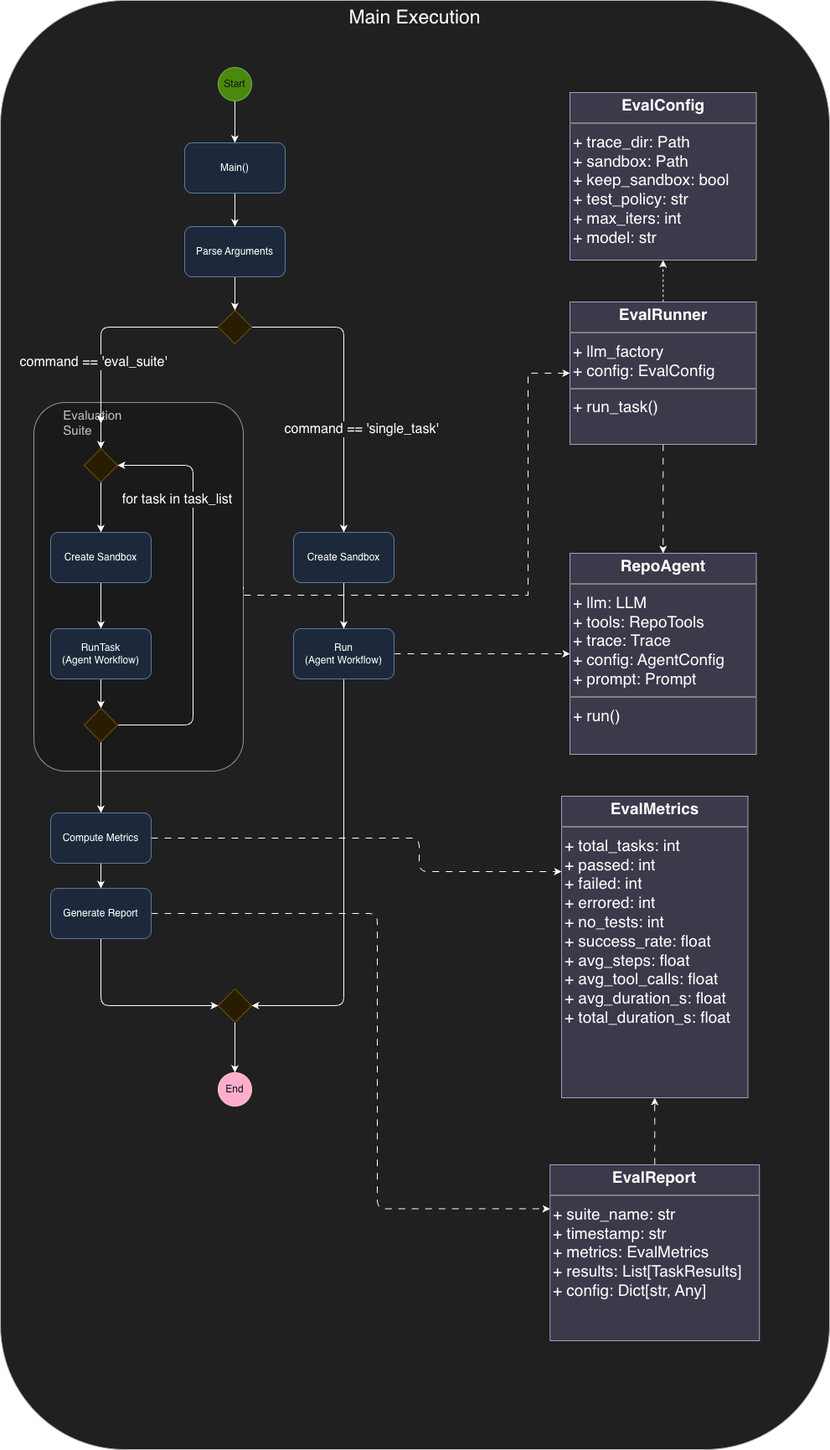
The draw.io diagram blog_post/diagrams/main_execution.png in jbthejedi/llm-repo-agent, before a commit. Source tidied: cells renumbered, new cells last; positions are measured from the earlier drawing's top-left corner, leaving out a move shared by most shapes.
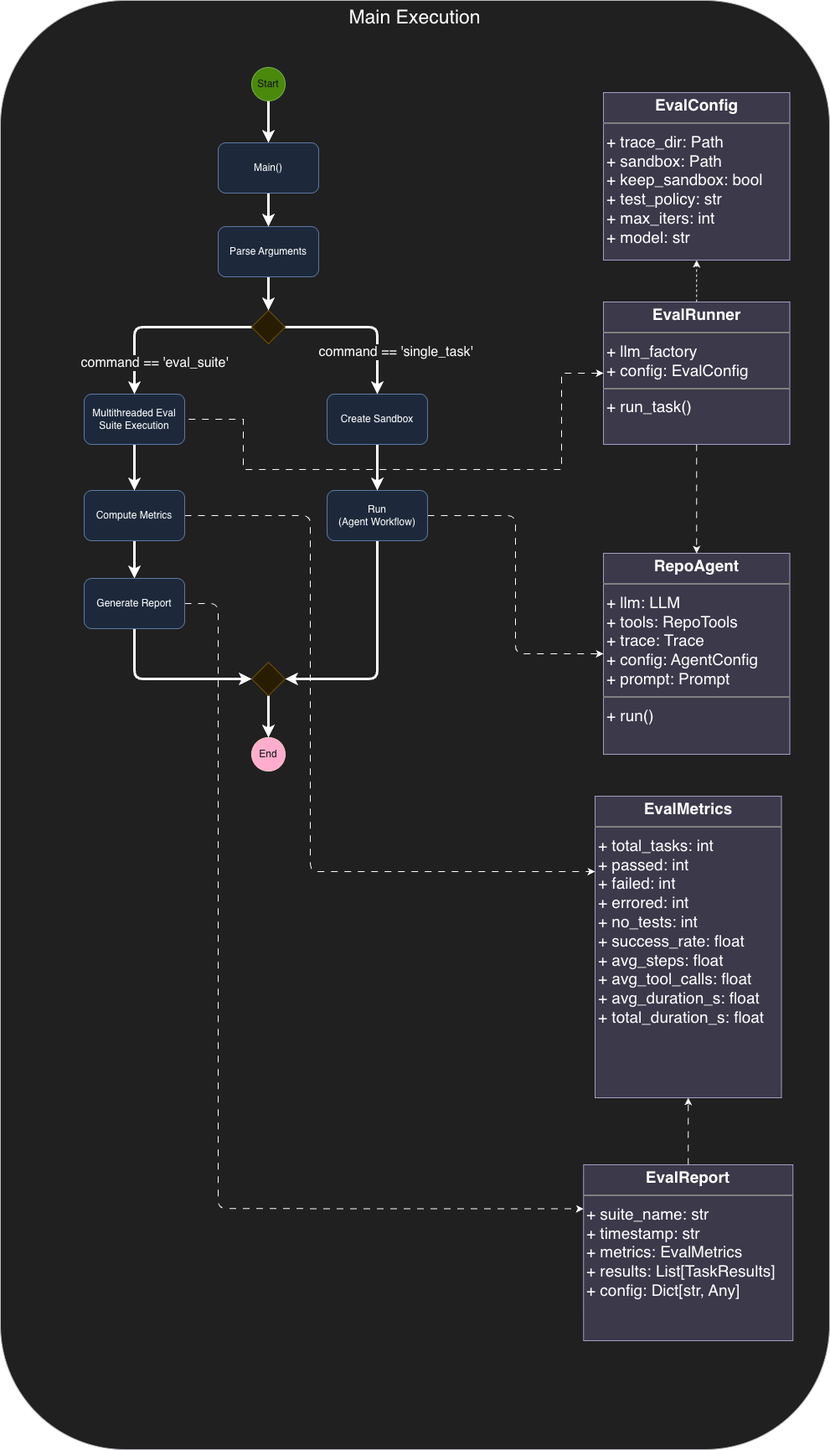
The same file after the commit.

Change to the diagram source:
```diff
@@ -3,33 +3,24 @@
     <mxCell id="0" />
     <mxCell id="1" parent="0" />
     <mxCell id="2" value="Main Execution" style="rounded=1;whiteSpace=wrap;html=1;fillColor=#eeeeee;strokeColor=#36393d;verticalAlign=top;fontSize=23;" parent="1" vertex="1">
-      <mxGeometry width="990" height="1730" as="geometry" />
+      <mxGeometry x="-40" width="990" height="1730" as="geometry" />
     </mxCell>
-    <mxCell id="3" value="&lt;span style=&quot;white-space: pre;&quot;&gt;&#9;&lt;/span&gt;Evaluation&lt;div&gt;&lt;span style=&quot;white-space: pre;&quot;&gt;&#9;&lt;/span&gt;Suite&lt;/div&gt;" style="rounded=1;whiteSpace=wrap;html=1;verticalAlign=top;align=left;fontSize=15;fillColor=#f5f5f5;fontColor=#333333;strokeColor=#666666;" parent="1" vertex="1">
-      <mxGeometry x="40" y="480" width="250" height="440" as="geometry" />
-    </mxCell>
-    <mxCell id="4" style="edgeStyle=none;html=1;exitX=0.5;exitY=1;exitDx=0;exitDy=0;entryX=0.5;entryY=0;entryDx=0;entryDy=0;" parent="1" edge="1" source="5" target="24">
-      <mxGeometry relative="1" as="geometry" />
-    </mxCell>
-    <mxCell id="5" value="RunTask&lt;br&gt;(Agent Workflow)" style="rounded=1;whiteSpace=wrap;html=1;fillColor=#dae8fc;strokeColor=#6c8ebf;" parent="1" vertex="1">
-      <mxGeometry x="60" y="750" width="120" height="60" as="geometry" />
-    </mxCell>
-    <mxCell id="6" style="edgeStyle=none;html=1;exitX=0.5;exitY=1;exitDx=0;exitDy=0;entryX=0.5;entryY=0;entryDx=0;entryDy=0;" parent="1" edge="1" source="7" target="38">
+    <mxCell id="6" style="edgeStyle=none;html=1;exitX=0.5;exitY=1;exitDx=0;exitDy=0;entryX=0.5;entryY=0;entryDx=0;entryDy=0;strokeWidth=3;" parent="1" edge="1" source="7" target="38">
       <mxGeometry relative="1" as="geometry" />
     </mxCell>
     <mxCell id="7" value="Start" style="ellipse;whiteSpace=wrap;html=1;fillColor=#60a917;fontColor=#ffffff;strokeColor=#2D7600;" parent="1" vertex="1">
       <mxGeometry x="260" y="80" width="40" height="40" as="geometry" />
     </mxCell>
-    <mxCell id="8" style="edgeStyle=orthogonalEdgeStyle;html=1;exitX=0.5;exitY=1;exitDx=0;exitDy=0;entryX=1;entryY=0.5;entryDx=0;entryDy=0;" parent="1" edge="1" source="10" target="17">
+    <mxCell id="8" style="edgeStyle=orthogonalEdgeStyle;html=1;exitX=0.5;exitY=1;exitDx=0;exitDy=0;entryX=1;entryY=0.5;entryDx=0;entryDy=0;strokeWidth=3;" parent="1" edge="1" source="10" target="17">
       <mxGeometry relative="1" as="geometry" />
     </mxCell>
     <mxCell id="9" style="edgeStyle=orthogonalEdgeStyle;html=1;exitX=1;exitY=0.5;exitDx=0;exitDy=0;entryX=0;entryY=0.5;entryDx=0;entryDy=0;dashed=1;dashPattern=8 8;" parent="1" edge="1" source="10" target="29">
       <mxGeometry relative="1" as="geometry" />
     </mxCell>
     <mxCell id="10" value="Run&lt;br&gt;(Agent Workflow)" style="rounded=1;whiteSpace=wrap;html=1;fillColor=#dae8fc;strokeColor=#6c8ebf;" parent="1" vertex="1">
-      <mxGeometry x="350" y="750" width="120" height="60" as="geometry" />
+      <mxGeometry x="350" y="585" width="120" height="60" as="geometry" />
     </mxCell>
-    <mxCell id="11" style="edgeStyle=orthogonalEdgeStyle;html=1;exitX=1;exitY=0.5;exitDx=0;exitDy=0;entryX=0.5;entryY=0;entryDx=0;entryDy=0;" parent="1" edge="1" source="15" target="31">
+    <mxCell id="11" style="edgeStyle=orthogonalEdgeStyle;html=1;exitX=1;exitY=0.5;exitDx=0;exitDy=0;entryX=0.5;entryY=0;entryDx=0;entryDy=0;strokeWidth=3;" parent="1" edge="1" source="15" target="31">
       <mxGeometry relative="1" as="geometry" />
     </mxCell>
     <mxCell id="12" value="command == 'single_task'" style="edgeLabel;html=1;align=center;verticalAlign=middle;fontSize=16;labelBackgroundColor=light-dark(#FFFFFF,#202020);" parent="11" vertex="1">
@@ -37,8 +28,12 @@
         <mxPoint x="17" y="28" as="offset" />
       </mxGeometry>
     </mxCell>
-    <mxCell id="13" style="edgeStyle=orthogonalEdgeStyle;html=1;exitX=0;exitY=0.5;exitDx=0;exitDy=0;entryX=0.5;entryY=0;entryDx=0;entryDy=0;" parent="1" edge="1" source="15" target="20">
-      <mxGeometry relative="1" as="geometry" />
+    <mxCell id="13" style="edgeStyle=orthogonalEdgeStyle;html=1;exitX=0;exitY=0.5;exitDx=0;exitDy=0;entryX=0.5;entryY=0;entryDx=0;entryDy=0;strokeWidth=3;" parent="1" edge="1" source="15" target="50">
+      <mxGeometry relative="1" as="geometry">
+        <Array as="points">
+          <mxPoint x="120" y="390" />
+        </Array>
+      </mxGeometry>
     </mxCell>
     <mxCell id="14" value="command == 'eval_suite'" style="edgeLabel;html=1;align=center;verticalAlign=middle;fontSize=16;labelBackgroundColor=light-dark(#FFFFFF,#202020);" parent="13" vertex="1">
       <mxGeometry x="-0.02" y="1" relative="1" as="geometry">
@@ -48,45 +43,22 @@
     <mxCell id="15" style="rhombus;whiteSpace=wrap;html=1;fillColor=#fff2cc;strokeColor=#d6b656;" parent="1" vertex="1">
       <mxGeometry x="260" y="370" width="40" height="40" as="geometry" />
     </mxCell>
-    <mxCell id="16" style="edgeStyle=none;html=1;exitX=0.5;exitY=1;exitDx=0;exitDy=0;entryX=0.5;entryY=0;entryDx=0;entryDy=0;" parent="1" edge="1" source="17" target="18">
+    <mxCell id="16" style="edgeStyle=none;html=1;exitX=0.5;exitY=1;exitDx=0;exitDy=0;entryX=0.5;entryY=0;entryDx=0;entryDy=0;strokeWidth=3;" parent="1" edge="1" source="17" target="18">
       <mxGeometry relative="1" as="geometry" />
     </mxCell>
     <mxCell id="17" style="rhombus;whiteSpace=wrap;html=1;fillColor=#fff2cc;strokeColor=#d6b656;" parent="1" vertex="1">
-      <mxGeometry x="260" y="1180" width="40" height="40" as="geometry" />
+      <mxGeometry x="260" y="790" width="40" height="40" as="geometry" />
     </mxCell>
     <mxCell id="18" value="End" style="ellipse;whiteSpace=wrap;html=1;fillColor=#a20025;fontColor=#ffffff;strokeColor=#6F0000;" parent="1" vertex="1">
-      <mxGeometry x="260" y="1280" width="40" height="40" as="geometry" />
+      <mxGeometry x="260" y="880" width="40" height="40" as="geometry" />
     </mxCell>
-    <mxCell id="19" style="edgeStyle=none;html=1;exitX=0.5;exitY=1;exitDx=0;exitDy=0;entryX=0.5;entryY=0;entryDx=0;entryDy=0;" parent="1" edge="1" source="20" target="34">
-      <mxGeometry relative="1" as="geometry" />
-    </mxCell>
-    <mxCell id="20" style="rhombus;whiteSpace=wrap;html=1;fillColor=#fff2cc;strokeColor=#d6b656;" parent="1" vertex="1">
-      <mxGeometry x="100" y="535" width="40" height="40" as="geometry" />
-    </mxCell>
-    <mxCell id="21" style="edgeStyle=orthogonalEdgeStyle;html=1;exitX=1;exitY=0.5;exitDx=0;exitDy=0;entryX=1;entryY=0.5;entryDx=0;entryDy=0;" parent="1" edge="1" source="24" target="20">
-      <mxGeometry relative="1" as="geometry">
-        <Array as="points">
-          <mxPoint x="230" y="865" />
-          <mxPoint x="230" y="555" />
-        </Array>
-      </mxGeometry>
-    </mxCell>
-    <mxCell id="22" value="for task in task_list" style="edgeLabel;html=1;align=center;verticalAlign=middle;fontSize=16;labelBackgroundColor=light-dark(#FFFFFF,#1A1A1A);" parent="21" vertex="1">
-      <mxGeometry x="-0.01" y="-1" relative="1" as="geometry">
-        <mxPoint x="-21" y="-117" as="offset" />
-      </mxGeometry>
-    </mxCell>
-    <mxCell id="23" style="edgeStyle=none;html=1;exitX=0.5;exitY=1;exitDx=0;exitDy=0;entryX=0.5;entryY=0;entryDx=0;entryDy=0;" parent="1" edge="1" source="24" target="41">
-      <mxGeometry relative="1" as="geometry" />
-    </mxCell>
-    <mxCell id="24" style="rhombus;whiteSpace=wrap;html=1;fillColor=#fff2cc;strokeColor=#d6b656;" parent="1" vertex="1">
-      <mxGeometry x="100" y="845" width="40" height="40" as="geometry" />
-    </mxCell>
-    <mxCell id="25" style="edgeStyle=orthogonalEdgeStyle;html=1;exitX=0;exitY=0.5;exitDx=0;exitDy=0;entryX=1;entryY=0.5;entryDx=0;entryDy=0;rounded=0;curved=0;dashed=1;dashPattern=8 8;startArrow=classic;startFill=1;endArrow=none;endFill=0;" parent="1" edge="1" source="28" target="3">
+    <mxCell id="25" style="edgeStyle=orthogonalEdgeStyle;html=1;exitX=0;exitY=0.5;exitDx=0;exitDy=0;entryX=1;entryY=0.5;entryDx=0;entryDy=0;rounded=0;curved=0;dashed=1;dashPattern=8 8;startArrow=classic;startFill=1;endArrow=none;endFill=0;" parent="1" edge="1" source="28" target="50">
       <mxGeometry relative="1" as="geometry">
         <Array as="points">
           <mxPoint x="630" y="445" />
-          <mxPoint x="630" y="710" />
+          <mxPoint x="630" y="560" />
+          <mxPoint x="250" y="560" />
+          <mxPoint x="250" y="500" />
         </Array>
       </mxGeometry>
     </mxCell>
@@ -102,63 +74,51 @@
     <mxCell id="29" value="&lt;p style=&quot;margin:0px;margin-top:4px;text-align:center;&quot;&gt;&lt;b&gt;RepoAgent&lt;/b&gt;&lt;/p&gt;&lt;hr style=&quot;border-style:solid;&quot;&gt;&lt;p style=&quot;margin:0px;margin-left:4px;&quot;&gt;+ llm: LLM&lt;/p&gt;&lt;p style=&quot;margin:0px;margin-left:4px;&quot;&gt;+ tools: RepoTools&lt;/p&gt;&lt;p style=&quot;margin:0px;margin-left:4px;&quot;&gt;+ trace: Trace&lt;/p&gt;&lt;p style=&quot;margin:0px;margin-left:4px;&quot;&gt;+ config: AgentConfig&lt;/p&gt;&lt;p style=&quot;margin:0px;margin-left:4px;&quot;&gt;+ prompt: Prompt&lt;/p&gt;&lt;hr style=&quot;border-style:solid;&quot;&gt;&lt;p style=&quot;margin:0px;margin-left:4px;&quot;&gt;+ run()&lt;/p&gt;" style="verticalAlign=top;align=left;overflow=fill;html=1;whiteSpace=wrap;fontSize=19;fillColor=#d0cee2;strokeColor=#56517e;labelBackgroundColor=none;" parent="1" vertex="1">
       <mxGeometry x="680" y="660" width="222.5" height="240" as="geometry" />
     </mxCell>
-    <mxCell id="30" style="edgeStyle=none;html=1;exitX=0.5;exitY=1;exitDx=0;exitDy=0;entryX=0.5;entryY=0;entryDx=0;entryDy=0;" parent="1" edge="1" source="31" target="10">
+    <mxCell id="30" style="edgeStyle=none;html=1;exitX=0.5;exitY=1;exitDx=0;exitDy=0;entryX=0.5;entryY=0;entryDx=0;entryDy=0;strokeWidth=3;" parent="1" edge="1" source="31" target="10">
       <mxGeometry relative="1" as="geometry" />
     </mxCell>
     <mxCell id="31" value="Create Sandbox" style="rounded=1;whiteSpace=wrap;html=1;fillColor=#dae8fc;strokeColor=#6c8ebf;" parent="1" vertex="1">
-      <mxGeometry x="350" y="635" width="120" height="60" as="geometry" />
+      <mxGeometry x="350" y="470" width="120" height="60" as="geometry" />
     </mxCell>
-    <mxCell id="32" style="edgeStyle=none;html=1;exitX=0.5;exitY=1;exitDx=0;exitDy=0;" parent="1" edge="1">
-      <mxGeometry relative="1" as="geometry">
-        <mxPoint x="120" y="460" as="sourcePoint" />
-        <mxPoint x="120" y="505" as="targetPoint" />
-      </mxGeometry>
-    </mxCell>
-    <mxCell id="33" style="edgeStyle=none;html=1;exitX=0.5;exitY=1;exitDx=0;exitDy=0;entryX=0.5;entryY=0;entryDx=0;entryDy=0;" parent="1" edge="1" source="34" target="5">
-      <mxGeometry relative="1" as="geometry" />
-    </mxCell>
-    <mxCell id="34" value="Create Sandbox" style="rounded=1;whiteSpace=wrap;html=1;fillColor=#dae8fc;strokeColor=#6c8ebf;" parent="1" vertex="1">
-      <mxGeometry x="60" y="635" width="120" height="60" as="geometry" />
-    </mxCell>
-    <mxCell id="35" style="edgeStyle=none;html=1;exitX=0.5;exitY=1;exitDx=0;exitDy=0;entryX=0.5;entryY=0;entryDx=0;entryDy=0;" parent="1" edge="1" source="36" target="15">
+    <mxCell id="35" style="edgeStyle=none;html=1;exitX=0.5;exitY=1;exitDx=0;exitDy=0;entryX=0.5;entryY=0;entryDx=0;entryDy=0;strokeWidth=3;" parent="1" edge="1" source="36" target="15">
       <mxGeometry relative="1" as="geometry" />
     </mxCell>
     <mxCell id="36" value="Parse Arguments" style="rounded=1;whiteSpace=wrap;html=1;fillColor=#dae8fc;strokeColor=#6c8ebf;" parent="1" vertex="1">
       <mxGeometry x="220" y="270" width="120" height="60" as="geometry" />
     </mxCell>
-    <mxCell id="37" style="edgeStyle=none;html=1;exitX=0.5;exitY=1;exitDx=0;exitDy=0;entryX=0.5;entryY=0;entryDx=0;entryDy=0;" parent="1" edge="1" source="38" target="36">
+    <mxCell id="37" style="edgeStyle=none;html=1;exitX=0.5;exitY=1;exitDx=0;exitDy=0;entryX=0.5;entryY=0;entryDx=0;entryDy=0;strokeWidth=3;" parent="1" edge="1" source="38" target="36">
       <mxGeometry relative="1" as="geometry" />
     </mxCell>
     <mxCell id="38" value="Main()" style="rounded=1;whiteSpace=wrap;html=1;fillColor=#dae8fc;strokeColor=#6c8ebf;" parent="1" vertex="1">
       <mxGeometry x="220" y="170" width="120" height="60" as="geometry" />
     </mxCell>
-    <mxCell id="39" style="edgeStyle=none;html=1;exitX=0.5;exitY=1;exitDx=0;exitDy=0;entryX=0.5;entryY=0;entryDx=0;entryDy=0;" parent="1" edge="1" source="41" target="44">
+    <mxCell id="39" style="edgeStyle=none;html=1;exitX=0.5;exitY=1;exitDx=0;exitDy=0;entryX=0.5;entryY=0;entryDx=0;entryDy=0;strokeWidth=3;" parent="1" edge="1" source="41" target="44">
       <mxGeometry relative="1" as="geometry" />
     </mxCell>
     <mxCell id="40" style="edgeStyle=orthogonalEdgeStyle;html=1;exitX=1;exitY=0.5;exitDx=0;exitDy=0;entryX=0;entryY=0.25;entryDx=0;entryDy=0;dashed=1;dashPattern=8 8;" parent="1" edge="1" source="41" target="46">
       <mxGeometry relative="1" as="geometry">
         <Array as="points">
-          <mxPoint x="500" y="1000" />
-          <mxPoint x="500" y="1040" />
+          <mxPoint x="330" y="615" />
+          <mxPoint x="330" y="1040" />
         </Array>
       </mxGeometry>
     </mxCell>
     <mxCell id="41" value="Compute Metrics" style="rounded=1;whiteSpace=wrap;html=1;fillColor=#dae8fc;strokeColor=#6c8ebf;" parent="1" vertex="1">
-      <mxGeometry x="60" y="970" width="120" height="60" as="geometry" />
+      <mxGeometry x="60" y="585" width="120" height="60" as="geometry" />
     </mxCell>
-    <mxCell id="42" style="edgeStyle=orthogonalEdgeStyle;html=1;exitX=0.5;exitY=1;exitDx=0;exitDy=0;entryX=0;entryY=0.5;entryDx=0;entryDy=0;" parent="1" edge="1" source="44" target="17">
+    <mxCell id="42" style="edgeStyle=orthogonalEdgeStyle;html=1;exitX=0.5;exitY=1;exitDx=0;exitDy=0;entryX=0;entryY=0.5;entryDx=0;entryDy=0;strokeWidth=3;" parent="1" edge="1" source="44" target="17">
       <mxGeometry relative="1" as="geometry" />
     </mxCell>
     <mxCell id="43" style="edgeStyle=orthogonalEdgeStyle;html=1;exitX=1;exitY=0.5;exitDx=0;exitDy=0;entryX=0;entryY=0.25;entryDx=0;entryDy=0;dashed=1;dashPattern=8 8;" parent="1" edge="1" source="44" target="48">
       <mxGeometry relative="1" as="geometry">
         <Array as="points">
-          <mxPoint x="450" y="1090" />
-          <mxPoint x="450" y="1443" />
+          <mxPoint x="220" y="720" />
+          <mxPoint x="220" y="1443" />
         </Array>
       </mxGeometry>
     </mxCell>
     <mxCell id="44" value="Generate Report" style="rounded=1;whiteSpace=wrap;html=1;fillColor=#dae8fc;strokeColor=#6c8ebf;" parent="1" vertex="1">
-      <mxGeometry x="60" y="1060" width="120" height="60" as="geometry" />
+      <mxGeometry x="60" y="690" width="120" height="60" as="geometry" />
     </mxCell>
     <mxCell id="45" value="&lt;p style=&quot;margin:0px;margin-top:4px;text-align:center;&quot;&gt;&lt;b&gt;EvalConfig&lt;/b&gt;&lt;/p&gt;&lt;hr style=&quot;border-style:solid;&quot;&gt;&lt;p style=&quot;margin:0px;margin-left:4px;&quot;&gt;+ trace_dir: Path&lt;/p&gt;&lt;p style=&quot;margin:0px;margin-left:4px;&quot;&gt;+ sandbox: Path&lt;/p&gt;&lt;p style=&quot;margin:0px;margin-left:4px;&quot;&gt;+ keep_sandbox: bool&lt;/p&gt;&lt;p style=&quot;margin:0px;margin-left:4px;&quot;&gt;+ test_policy: str&lt;/p&gt;&lt;p style=&quot;margin:0px;margin-left:4px;&quot;&gt;+ max_iters: int&lt;/p&gt;&lt;p style=&quot;margin:0px;margin-left:4px;&quot;&gt;+ model: str&lt;/p&gt;" style="verticalAlign=top;align=left;overflow=fill;html=1;whiteSpace=wrap;fontSize=19;fillColor=#d0cee2;strokeColor=#56517e;labelBackgroundColor=none;" parent="1" vertex="1">
       <mxGeometry x="680" y="110" width="222.5" height="200" as="geometry" />
@@ -172,5 +132,11 @@
     <mxCell id="48" value="&lt;p style=&quot;margin:0px;margin-top:4px;text-align:center;&quot;&gt;&lt;b&gt;EvalReport&lt;/b&gt;&lt;/p&gt;&lt;hr style=&quot;border-style:solid;&quot;&gt;&lt;p style=&quot;margin:0px;margin-left:4px;&quot;&gt;+ suite_name: str&lt;/p&gt;&lt;p style=&quot;margin:0px;margin-left:4px;&quot;&gt;+ timestamp: str&lt;/p&gt;&lt;p style=&quot;margin:0px;margin-left:4px;&quot;&gt;+ metrics: EvalMetrics&lt;/p&gt;&lt;p style=&quot;margin:0px;margin-left:4px;&quot;&gt;+ results: List[TaskResults]&lt;/p&gt;&lt;p style=&quot;margin:0px;margin-left:4px;&quot;&gt;+ config: Dict[str, Any]&lt;/p&gt;" style="verticalAlign=top;align=left;overflow=fill;html=1;whiteSpace=wrap;fontSize=19;fillColor=#d0cee2;strokeColor=#56517e;labelBackgroundColor=none;" parent="1" vertex="1">
       <mxGeometry x="656.2" y="1390" width="250" height="210" as="geometry" />
     </mxCell>
+    <mxCell id="49" style="edgeStyle=none;html=1;exitX=0.5;exitY=1;exitDx=0;exitDy=0;entryX=0.5;entryY=0;entryDx=0;entryDy=0;strokeWidth=3;" parent="1" edge="1" source="50" target="41">
+      <mxGeometry relative="1" as="geometry" />
+    </mxCell>
+    <mxCell id="50" value="Multithreaded Eval Suite Execution" style="rounded=1;whiteSpace=wrap;html=1;fillColor=#dae8fc;strokeColor=#6c8ebf;" parent="1" vertex="1">
+      <mxGeometry x="60" y="470" width="120" height="60" as="geometry" />
+    </mxCell>
   </root>
 </mxGraphModel>
```
